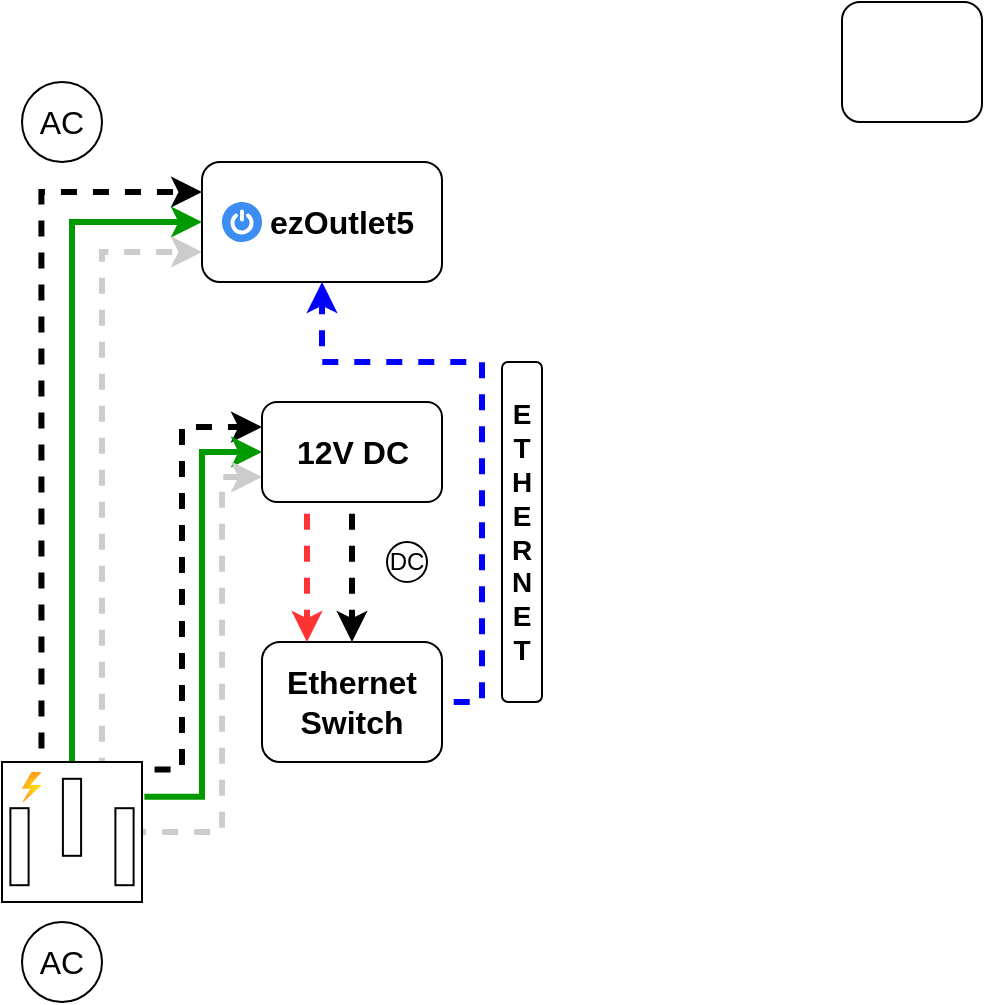
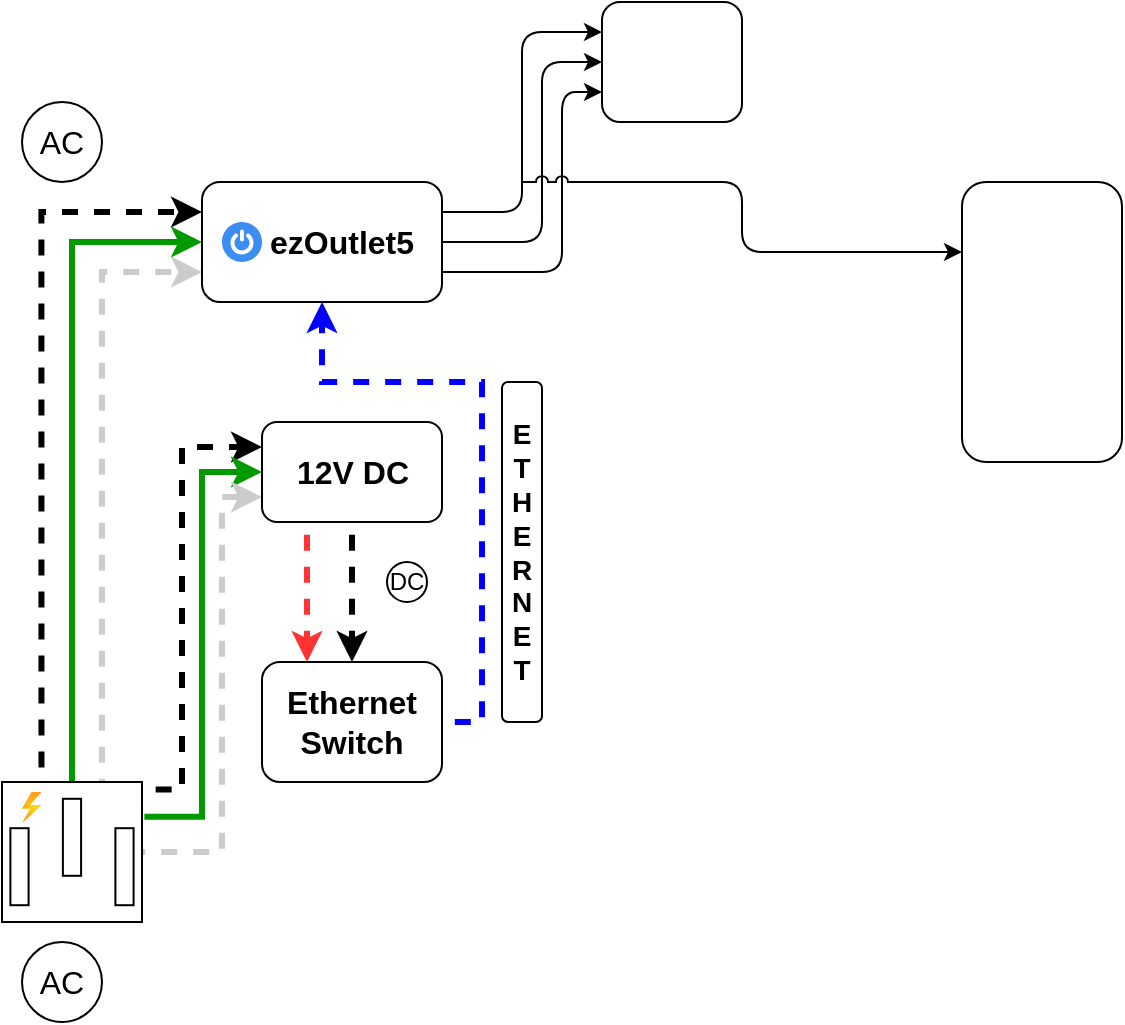
<mxfile host="app.diagrams.net" agent="Mozilla/5.0 (Windows NT 10.0; Win64; x64) AppleWebKit/537.36 (KHTML, like Gecko) Chrome/131.0.0.0 Safari/537.36 Edg/131.0.0.0" version="25.0.3">
  <diagram name="Page-1" id="VlRkN-xOVygPYa-iD9Ir">
-     <mxGraphModel dx="1050" dy="658" grid="1" gridSize="10" guides="1" tooltips="1" connect="1" arrows="1" fold="1" page="1" pageScale="1" pageWidth="1169" pageHeight="827" background="none" math="0" shadow="0">
+     <mxGraphModel dx="420" dy="263" grid="1" gridSize="10" guides="1" tooltips="1" connect="1" arrows="1" fold="1" page="1" pageScale="1" pageWidth="1169" pageHeight="827" background="none" math="0" shadow="0">
      <root>
        <mxCell id="0" />
        <mxCell id="1" parent="0" />
        <mxCell id="JVLtuT8sySUBbFbLTn6r-3" style="edgeStyle=orthogonalEdgeStyle;rounded=0;orthogonalLoop=1;jettySize=auto;html=1;entryX=0;entryY=0.25;entryDx=0;entryDy=0;exitX=0.282;exitY=-0.013;exitDx=0;exitDy=0;exitPerimeter=0;strokeWidth=3;flowAnimation=1;flowAnimationDirection=alternate;" edge="1" parent="1" source="pD8juBFKP1GN8B8eYQTb-1" target="pD8juBFKP1GN8B8eYQTb-3">
          <mxGeometry relative="1" as="geometry" />
        </mxCell>
        <mxCell id="JVLtuT8sySUBbFbLTn6r-4" style="edgeStyle=orthogonalEdgeStyle;rounded=0;orthogonalLoop=1;jettySize=auto;html=1;exitX=0.5;exitY=0;exitDx=0;exitDy=0;exitPerimeter=0;entryX=0;entryY=0.5;entryDx=0;entryDy=0;strokeColor=#009900;strokeWidth=3;" edge="1" parent="1" source="pD8juBFKP1GN8B8eYQTb-1" target="pD8juBFKP1GN8B8eYQTb-3">
          <mxGeometry relative="1" as="geometry" />
        </mxCell>
        <mxCell id="JVLtuT8sySUBbFbLTn6r-5" style="edgeStyle=orthogonalEdgeStyle;rounded=0;orthogonalLoop=1;jettySize=auto;html=1;entryX=0;entryY=0.75;entryDx=0;entryDy=0;exitX=0.714;exitY=0;exitDx=0;exitDy=0;exitPerimeter=0;strokeWidth=3;strokeColor=#CCCCCC;flowAnimation=1;flowAnimationDirection=alternate-reverse;" edge="1" parent="1" source="pD8juBFKP1GN8B8eYQTb-1" target="pD8juBFKP1GN8B8eYQTb-3">
          <mxGeometry relative="1" as="geometry">
            <mxPoint x="120" y="320" as="targetPoint" />
          </mxGeometry>
        </mxCell>
        <mxCell id="JVLtuT8sySUBbFbLTn6r-6" style="edgeStyle=orthogonalEdgeStyle;rounded=0;orthogonalLoop=1;jettySize=auto;html=1;entryX=0;entryY=0.25;entryDx=0;entryDy=0;exitX=1.006;exitY=0.054;exitDx=0;exitDy=0;exitPerimeter=0;strokeWidth=3;flowAnimation=1;flowAnimationDirection=alternate;" edge="1" parent="1" source="pD8juBFKP1GN8B8eYQTb-1" target="pD8juBFKP1GN8B8eYQTb-24">
          <mxGeometry relative="1" as="geometry">
            <Array as="points">
              <mxPoint x="120" y="404" />
              <mxPoint x="120" y="233" />
            </Array>
          </mxGeometry>
        </mxCell>
        <mxCell id="JVLtuT8sySUBbFbLTn6r-7" style="edgeStyle=orthogonalEdgeStyle;rounded=0;orthogonalLoop=1;jettySize=auto;html=1;entryX=0;entryY=0.5;entryDx=0;entryDy=0;exitX=1.017;exitY=0.249;exitDx=0;exitDy=0;exitPerimeter=0;strokeWidth=3;strokeColor=#009900;" edge="1" parent="1" source="pD8juBFKP1GN8B8eYQTb-1" target="pD8juBFKP1GN8B8eYQTb-24">
          <mxGeometry relative="1" as="geometry" />
        </mxCell>
        <mxCell id="JVLtuT8sySUBbFbLTn6r-8" style="edgeStyle=orthogonalEdgeStyle;rounded=0;orthogonalLoop=1;jettySize=auto;html=1;entryX=0;entryY=0.75;entryDx=0;entryDy=0;strokeColor=#CCCCCC;strokeWidth=3;flowAnimation=1;flowAnimationDirection=alternate-reverse;" edge="1" parent="1" source="pD8juBFKP1GN8B8eYQTb-1" target="pD8juBFKP1GN8B8eYQTb-24">
          <mxGeometry relative="1" as="geometry">
            <Array as="points">
              <mxPoint x="140" y="435" />
              <mxPoint x="140" y="258" />
            </Array>
          </mxGeometry>
        </mxCell>
        <mxCell id="JVLtuT8sySUBbFbLTn6r-1" value="" style="group" vertex="1" connectable="0" parent="1">
          <mxGeometry x="30" y="480" width="60" height="40" as="geometry" />
        </mxCell>
        <mxCell id="pD8juBFKP1GN8B8eYQTb-22" value="AC" style="text;html=1;align=center;verticalAlign=middle;whiteSpace=wrap;rounded=0;fontSize=16;" parent="JVLtuT8sySUBbFbLTn6r-1" vertex="1">
          <mxGeometry y="5" width="60" height="30" as="geometry" />
        </mxCell>
        <mxCell id="pD8juBFKP1GN8B8eYQTb-23" value="" style="ellipse;whiteSpace=wrap;html=1;fillColor=none;" parent="JVLtuT8sySUBbFbLTn6r-1" vertex="1">
          <mxGeometry x="10" width="40" height="40" as="geometry" />
        </mxCell>
        <mxCell id="JVLtuT8sySUBbFbLTn6r-2" value="" style="group" vertex="1" connectable="0" parent="1">
          <mxGeometry x="30" y="60" width="60" height="40" as="geometry" />
        </mxCell>
        <mxCell id="pD8juBFKP1GN8B8eYQTb-9" value="" style="ellipse;whiteSpace=wrap;html=1;fillColor=none;" parent="JVLtuT8sySUBbFbLTn6r-2" vertex="1">
          <mxGeometry x="10" width="40" height="40" as="geometry" />
        </mxCell>
        <mxCell id="pD8juBFKP1GN8B8eYQTb-11" value="AC" style="text;html=1;align=center;verticalAlign=middle;whiteSpace=wrap;rounded=0;fontSize=16;" parent="JVLtuT8sySUBbFbLTn6r-2" vertex="1">
          <mxGeometry y="5" width="60" height="30" as="geometry" />
        </mxCell>
        <mxCell id="JVLtuT8sySUBbFbLTn6r-9" value="" style="group" vertex="1" connectable="0" parent="1">
          <mxGeometry x="130" y="100" width="120" height="60" as="geometry" />
        </mxCell>
        <mxCell id="JVLtuT8sySUBbFbLTn6r-16" value="" style="group" vertex="1" connectable="0" parent="JVLtuT8sySUBbFbLTn6r-9">
          <mxGeometry width="120" height="60" as="geometry" />
        </mxCell>
        <mxCell id="pD8juBFKP1GN8B8eYQTb-3" value="" style="rounded=1;whiteSpace=wrap;html=1;" parent="JVLtuT8sySUBbFbLTn6r-16" vertex="1">
          <mxGeometry width="120" height="60" as="geometry" />
        </mxCell>
        <mxCell id="JVLtuT8sySUBbFbLTn6r-13" value="" style="sketch=0;html=1;aspect=fixed;strokeColor=none;shadow=0;fillColor=#3B8DF1;verticalAlign=top;labelPosition=center;verticalLabelPosition=bottom;shape=mxgraph.gcp2.a7_power" vertex="1" parent="JVLtuT8sySUBbFbLTn6r-16">
          <mxGeometry x="10" y="20" width="20" height="20" as="geometry" />
        </mxCell>
        <mxCell id="pD8juBFKP1GN8B8eYQTb-15" value="&lt;b&gt;ezOutlet5&lt;/b&gt;" style="text;html=1;align=center;verticalAlign=middle;whiteSpace=wrap;rounded=0;fontSize=16;" parent="JVLtuT8sySUBbFbLTn6r-16" vertex="1">
          <mxGeometry x="40" y="10" width="60" height="40" as="geometry" />
        </mxCell>
        <mxCell id="JVLtuT8sySUBbFbLTn6r-11" value="" style="group" vertex="1" connectable="0" parent="1">
          <mxGeometry x="160" y="220" width="90" height="50" as="geometry" />
        </mxCell>
        <mxCell id="pD8juBFKP1GN8B8eYQTb-24" value="" style="rounded=1;whiteSpace=wrap;html=1;" parent="JVLtuT8sySUBbFbLTn6r-11" vertex="1">
          <mxGeometry width="90" height="50" as="geometry" />
        </mxCell>
        <mxCell id="JVLtuT8sySUBbFbLTn6r-10" value="&lt;font style=&quot;font-size: 16px;&quot;&gt;&lt;b&gt;12V DC&lt;/b&gt;&lt;/font&gt;" style="text;html=1;align=center;verticalAlign=middle;whiteSpace=wrap;rounded=0;" vertex="1" parent="JVLtuT8sySUBbFbLTn6r-11">
          <mxGeometry x="15.75" y="10" width="58.5" height="30" as="geometry" />
        </mxCell>
        <mxCell id="JVLtuT8sySUBbFbLTn6r-18" value="" style="group" vertex="1" connectable="0" parent="1">
          <mxGeometry x="30" y="400" width="70" height="70" as="geometry" />
        </mxCell>
        <mxCell id="pD8juBFKP1GN8B8eYQTb-1" value="" style="pointerEvents=1;verticalLabelPosition=bottom;shadow=0;dashed=0;align=center;html=1;verticalAlign=top;shape=mxgraph.electrical.miscellaneous.ac_out" parent="JVLtuT8sySUBbFbLTn6r-18" vertex="1">
          <mxGeometry width="70" height="70" as="geometry" />
        </mxCell>
        <mxCell id="JVLtuT8sySUBbFbLTn6r-12" value="" style="image;aspect=fixed;html=1;points=[];align=center;fontSize=12;image=img/lib/azure2/general/Power.svg;" vertex="1" parent="JVLtuT8sySUBbFbLTn6r-18">
          <mxGeometry x="10" y="5" width="9.72" height="15" as="geometry" />
        </mxCell>
        <mxCell id="JVLtuT8sySUBbFbLTn6r-21" value="" style="group" vertex="1" connectable="0" parent="1">
          <mxGeometry x="160" y="340" width="90" height="60" as="geometry" />
        </mxCell>
        <mxCell id="JVLtuT8sySUBbFbLTn6r-19" value="" style="rounded=1;whiteSpace=wrap;html=1;" vertex="1" parent="JVLtuT8sySUBbFbLTn6r-21">
          <mxGeometry width="90" height="60" as="geometry" />
        </mxCell>
        <mxCell id="JVLtuT8sySUBbFbLTn6r-20" value="&lt;b&gt;&lt;font style=&quot;font-size: 16px;&quot;&gt;Ethernet&lt;/font&gt;&lt;/b&gt;&lt;div&gt;&lt;b&gt;&lt;font style=&quot;font-size: 16px;&quot;&gt;Switch&lt;/font&gt;&lt;/b&gt;&lt;/div&gt;" style="text;html=1;align=center;verticalAlign=middle;whiteSpace=wrap;rounded=0;" vertex="1" parent="JVLtuT8sySUBbFbLTn6r-21">
          <mxGeometry x="15" y="15" width="60" height="30" as="geometry" />
        </mxCell>
        <mxCell id="JVLtuT8sySUBbFbLTn6r-23" style="edgeStyle=orthogonalEdgeStyle;rounded=0;orthogonalLoop=1;jettySize=auto;html=1;entryX=0.25;entryY=0;entryDx=0;entryDy=0;exitX=0.25;exitY=1;exitDx=0;exitDy=0;strokeColor=#FF3333;strokeWidth=3;flowAnimation=1;" edge="1" parent="1" source="pD8juBFKP1GN8B8eYQTb-24" target="JVLtuT8sySUBbFbLTn6r-19">
          <mxGeometry relative="1" as="geometry" />
        </mxCell>
        <mxCell id="JVLtuT8sySUBbFbLTn6r-28" value="" style="group" vertex="1" connectable="0" parent="1">
          <mxGeometry x="220" y="290" width="25" height="20" as="geometry" />
        </mxCell>
        <mxCell id="JVLtuT8sySUBbFbLTn6r-26" value="" style="ellipse;whiteSpace=wrap;html=1;aspect=fixed;" vertex="1" parent="JVLtuT8sySUBbFbLTn6r-28">
          <mxGeometry x="2.5" width="20" height="20" as="geometry" />
        </mxCell>
        <mxCell id="JVLtuT8sySUBbFbLTn6r-27" value="&lt;font&gt;DC&lt;/font&gt;" style="text;html=1;align=center;verticalAlign=middle;whiteSpace=wrap;rounded=0;" vertex="1" parent="JVLtuT8sySUBbFbLTn6r-28">
          <mxGeometry y="2.5" width="25" height="15" as="geometry" />
        </mxCell>
        <mxCell id="JVLtuT8sySUBbFbLTn6r-29" style="edgeStyle=orthogonalEdgeStyle;rounded=0;orthogonalLoop=1;jettySize=auto;html=1;exitX=0.5;exitY=1;exitDx=0;exitDy=0;entryX=0.5;entryY=0;entryDx=0;entryDy=0;strokeWidth=3;flowAnimation=1;" edge="1" parent="1" source="pD8juBFKP1GN8B8eYQTb-24" target="JVLtuT8sySUBbFbLTn6r-19">
          <mxGeometry relative="1" as="geometry" />
        </mxCell>
        <mxCell id="JVLtuT8sySUBbFbLTn6r-30" style="edgeStyle=orthogonalEdgeStyle;rounded=0;orthogonalLoop=1;jettySize=auto;html=1;exitX=1;exitY=0.5;exitDx=0;exitDy=0;entryX=0.5;entryY=1;entryDx=0;entryDy=0;strokeColor=#0000FF;strokeWidth=3;flowAnimation=1;" edge="1" parent="1" source="JVLtuT8sySUBbFbLTn6r-19" target="pD8juBFKP1GN8B8eYQTb-3">
          <mxGeometry relative="1" as="geometry">
            <Array as="points">
              <mxPoint x="270" y="370" />
              <mxPoint x="270" y="200" />
              <mxPoint x="190" y="200" />
            </Array>
          </mxGeometry>
        </mxCell>
        <mxCell id="JVLtuT8sySUBbFbLTn6r-31" value="" style="rounded=1;whiteSpace=wrap;html=1;" vertex="1" parent="1">
          <mxGeometry x="280" y="200" width="20" height="170" as="geometry" />
        </mxCell>
        <mxCell id="JVLtuT8sySUBbFbLTn6r-32" value="&lt;b&gt;&lt;font style=&quot;font-size: 14px;&quot;&gt;E&lt;/font&gt;&lt;/b&gt;&lt;div&gt;&lt;b&gt;&lt;font style=&quot;font-size: 14px;&quot;&gt;T&lt;/font&gt;&lt;/b&gt;&lt;/div&gt;&lt;div&gt;&lt;b&gt;&lt;font style=&quot;font-size: 14px;&quot;&gt;H&lt;/font&gt;&lt;/b&gt;&lt;/div&gt;&lt;div&gt;&lt;b&gt;&lt;font style=&quot;font-size: 14px;&quot;&gt;E&lt;/font&gt;&lt;/b&gt;&lt;/div&gt;&lt;div&gt;&lt;b&gt;&lt;font style=&quot;font-size: 14px;&quot;&gt;R&lt;/font&gt;&lt;/b&gt;&lt;/div&gt;&lt;div&gt;&lt;b&gt;&lt;font style=&quot;font-size: 14px;&quot;&gt;N&lt;/font&gt;&lt;/b&gt;&lt;/div&gt;&lt;div&gt;&lt;b&gt;&lt;font style=&quot;font-size: 14px;&quot;&gt;E&lt;/font&gt;&lt;/b&gt;&lt;/div&gt;&lt;div&gt;&lt;b&gt;&lt;font style=&quot;font-size: 14px;&quot;&gt;T&lt;/font&gt;&lt;/b&gt;&lt;/div&gt;" style="text;html=1;align=center;verticalAlign=middle;whiteSpace=wrap;rounded=0;" vertex="1" parent="1">
          <mxGeometry x="275" y="180" width="30" height="210" as="geometry" />
        </mxCell>
        <mxCell id="JVLtuT8sySUBbFbLTn6r-33" value="" style="rounded=1;whiteSpace=wrap;html=1;" vertex="1" parent="1">
-           <mxGeometry x="450" y="20" width="70" height="60" as="geometry" />
+           <mxGeometry x="510" y="100" width="80" height="140" as="geometry" />
+         </mxCell>
+         <mxCell id="JVLtuT8sySUBbFbLTn6r-34" value="" style="rounded=1;whiteSpace=wrap;html=1;" vertex="1" parent="1">
+           <mxGeometry x="330" y="10" width="70" height="60" as="geometry" />
+         </mxCell>
+         <mxCell id="JVLtuT8sySUBbFbLTn6r-35" style="edgeStyle=orthogonalEdgeStyle;rounded=1;orthogonalLoop=1;jettySize=auto;html=1;exitX=1;exitY=0.25;exitDx=0;exitDy=0;entryX=0;entryY=0.25;entryDx=0;entryDy=0;curved=0;" edge="1" parent="1" source="pD8juBFKP1GN8B8eYQTb-3" target="JVLtuT8sySUBbFbLTn6r-34">
+           <mxGeometry relative="1" as="geometry" />
+         </mxCell>
+         <mxCell id="JVLtuT8sySUBbFbLTn6r-36" style="edgeStyle=orthogonalEdgeStyle;rounded=1;orthogonalLoop=1;jettySize=auto;html=1;exitX=1;exitY=0.5;exitDx=0;exitDy=0;entryX=0;entryY=0.5;entryDx=0;entryDy=0;curved=0;" edge="1" parent="1" source="pD8juBFKP1GN8B8eYQTb-3" target="JVLtuT8sySUBbFbLTn6r-34">
+           <mxGeometry relative="1" as="geometry">
+             <Array as="points">
+               <mxPoint x="300" y="130" />
+               <mxPoint x="300" y="40" />
+             </Array>
+           </mxGeometry>
+         </mxCell>
+         <mxCell id="JVLtuT8sySUBbFbLTn6r-37" style="edgeStyle=orthogonalEdgeStyle;rounded=1;orthogonalLoop=1;jettySize=auto;html=1;exitX=1;exitY=0.75;exitDx=0;exitDy=0;entryX=0;entryY=0.75;entryDx=0;entryDy=0;curved=0;" edge="1" parent="1" source="pD8juBFKP1GN8B8eYQTb-3" target="JVLtuT8sySUBbFbLTn6r-34">
+           <mxGeometry relative="1" as="geometry">
+             <Array as="points">
+               <mxPoint x="310" y="145" />
+               <mxPoint x="310" y="55" />
+             </Array>
+           </mxGeometry>
+         </mxCell>
+         <mxCell id="JVLtuT8sySUBbFbLTn6r-40" value="" style="endArrow=classic;html=1;rounded=1;curved=0;entryX=0;entryY=0.25;entryDx=0;entryDy=0;jumpStyle=arc;" edge="1" parent="1" target="JVLtuT8sySUBbFbLTn6r-33">
+           <mxGeometry width="50" height="50" relative="1" as="geometry">
+             <mxPoint x="290" y="100" as="sourcePoint" />
+             <mxPoint x="410" y="170" as="targetPoint" />
+             <Array as="points">
+               <mxPoint x="400" y="100" />
+               <mxPoint x="400" y="135" />
+             </Array>
+           </mxGeometry>
        </mxCell>
      </root>
    </mxGraphModel>
  </diagram>
</mxfile>
